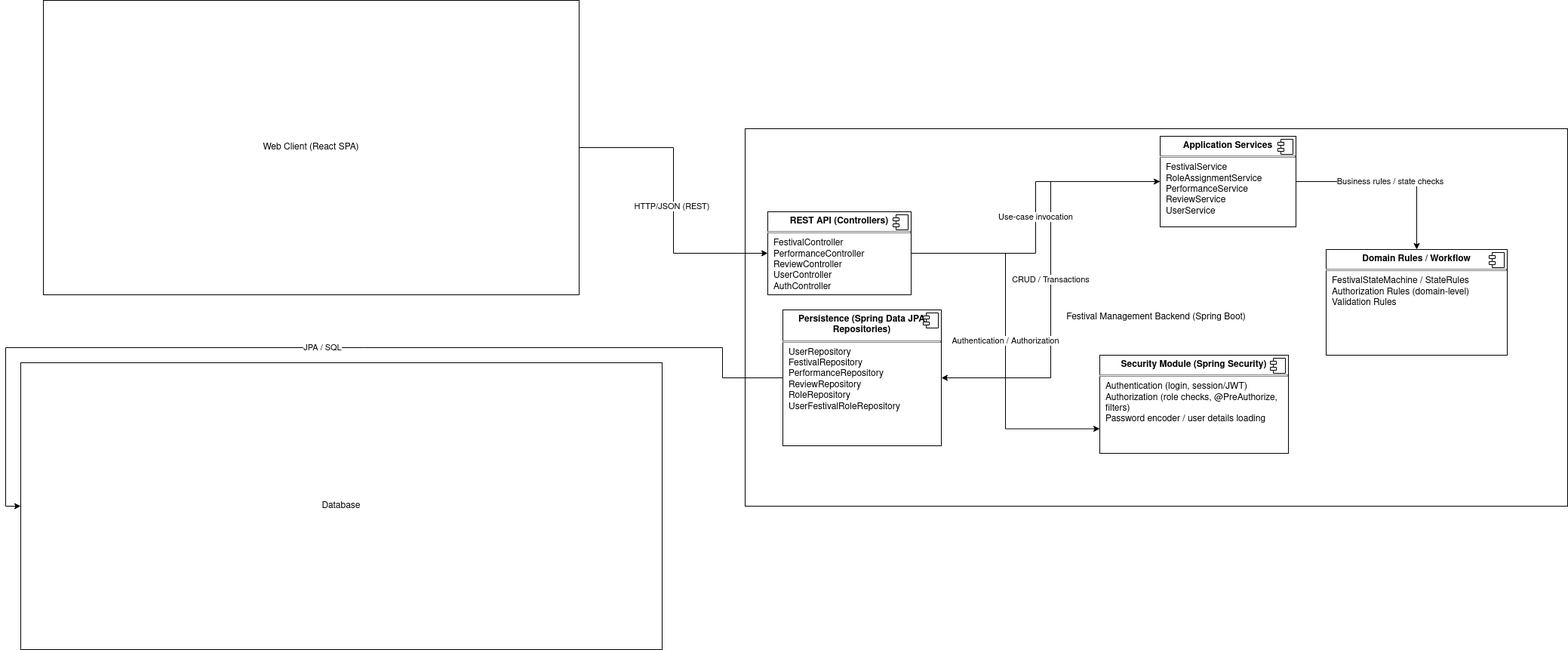
The draw.io diagram docs/uml/component_diagram.png in xoulios/festival-manager, before a commit. Source tidied: cells renumbered, new cells last; positions are measured from the earlier drawing's top-left corner, leaving out a move shared by most shapes.
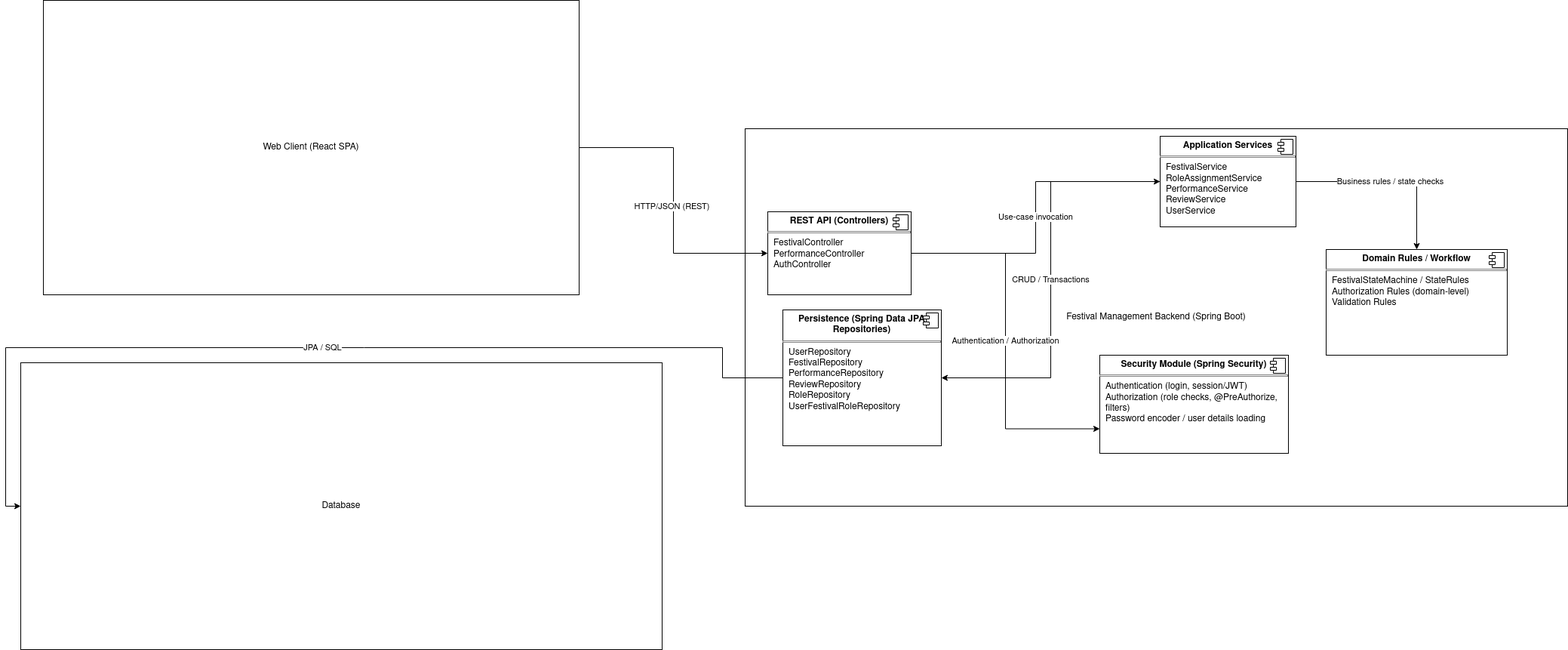
The same diagram one commit later.

Commit message:
diorthosi component diagram

What changed in the source:
```diff
@@ -64,7 +64,7 @@
     <mxCell id="19" value="Use-case invocation" style="edgeStyle=orthogonalEdgeStyle;rounded=0;jettySize=auto;html=1;entryX=0;entryY=0.5;entryDx=0;entryDy=0;" parent="1" edge="1" source="20" target="16">
       <mxGeometry relative="1" as="geometry" />
     </mxCell>
-    <mxCell id="20" value="&lt;p style=&quot;margin:0px;margin-top:6px;text-align:center;&quot;&gt;&lt;b&gt;REST API (Controllers)&lt;/b&gt;&lt;/p&gt;&lt;hr size=&quot;1&quot; style=&quot;border-style:solid;&quot;&gt;&lt;p style=&quot;margin:0px;margin-left:8px;&quot;&gt;FestivalController&lt;br&gt;PerformanceController&lt;/p&gt;&lt;p style=&quot;margin:0px;margin-left:8px;&quot;&gt;ReviewController&lt;/p&gt;&lt;p style=&quot;margin:0px;margin-left:8px;&quot;&gt;UserController&lt;/p&gt;&lt;p style=&quot;margin:0px;margin-left:8px;&quot;&gt;AuthController&lt;/p&gt;" style="align=left;overflow=fill;html=1;whiteSpace=wrap;" parent="1" vertex="1">
+    <mxCell id="20" value="&lt;p style=&quot;margin:0px;margin-top:6px;text-align:center;&quot;&gt;&lt;b&gt;REST API (Controllers)&lt;/b&gt;&lt;/p&gt;&lt;hr size=&quot;1&quot; style=&quot;border-style:solid;&quot;&gt;&lt;p style=&quot;margin:0px;margin-left:8px;&quot;&gt;FestivalController&lt;br&gt;PerformanceController&lt;/p&gt;&lt;p style=&quot;margin:0px;margin-left:8px;&quot;&gt;AuthController&lt;/p&gt;" style="align=left;overflow=fill;html=1;whiteSpace=wrap;" parent="1" vertex="1">
       <mxGeometry x="990" y="280" width="190" height="110" as="geometry" />
     </mxCell>
     <mxCell id="21" style="shape=component;jettyWidth=8;jettyHeight=4;" parent="20" vertex="1">
```
